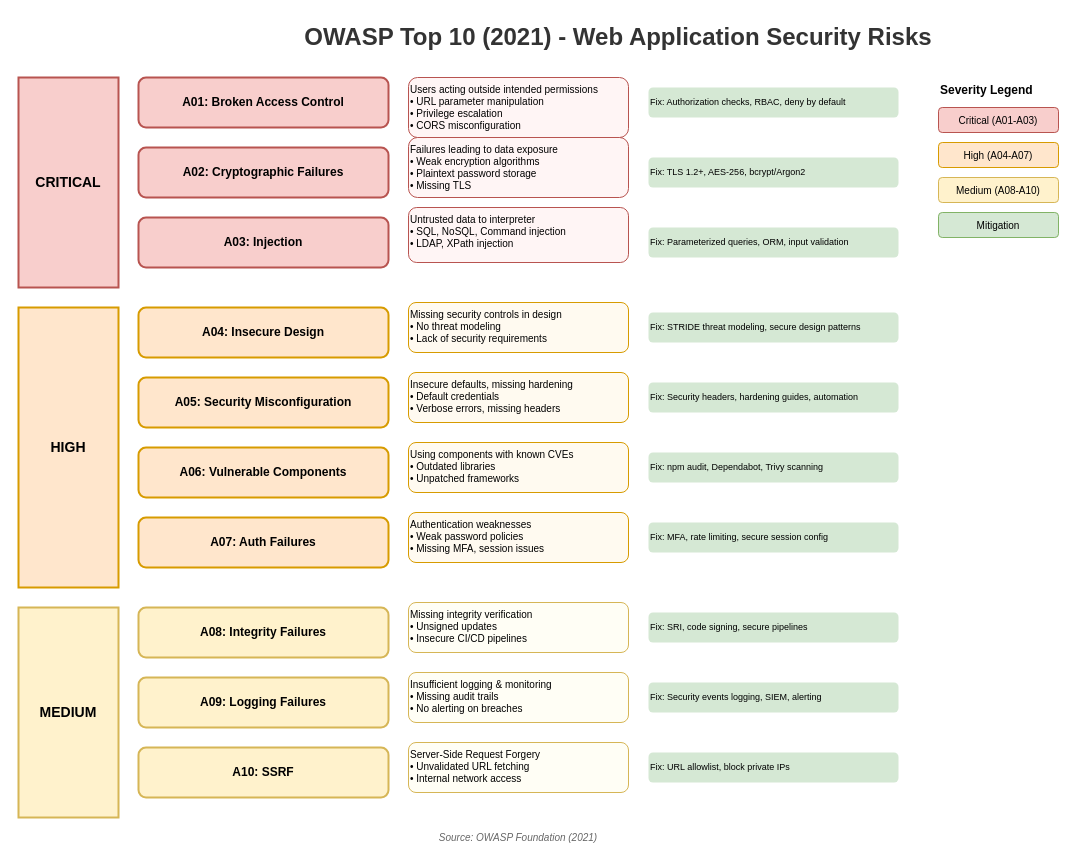
Above: lesson-06-security/diagrams/1.1-owasp-top-10.drawio in MrParkerZ7/document-lesson-software-architect-x-claude (draw.io), before the change. Source tidied: cells renumbered, new cells numbered last; positions are measured from the earlier drawing's top-left corner, leaving out a move shared by most shapes. Both pictures are drawn from the tidied source at 100%, with x=0, y=0 at pixel (18, 17).
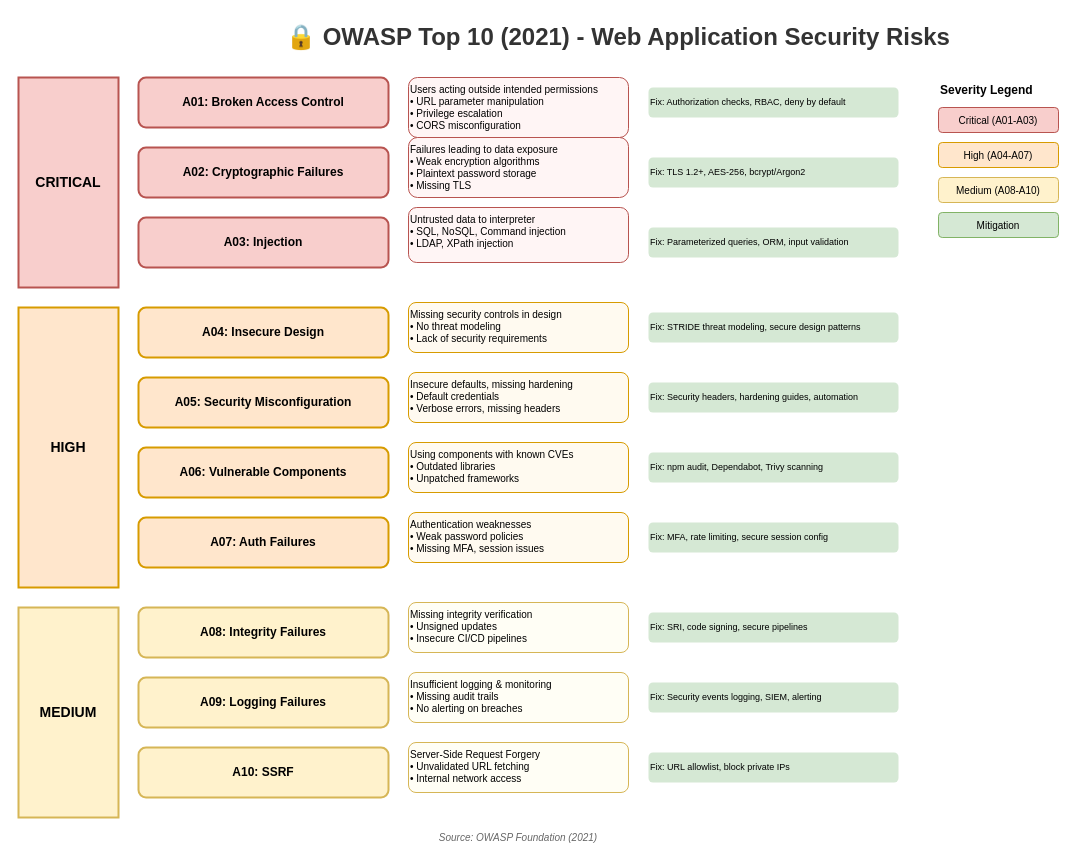
The same diagram, later.

Change to the diagram source:
```diff
@@
-    <mxCell id="2" value="OWASP Top 10 (2021) - Web Application Security Risks" style="text;html=1;strokeColor=none;fillColor=none;align=center;verticalAlign=middle;whiteSpace=wrap;rounded=0;fontSize=24;fontStyle=1;fontColor=#333333;" parent="1" vertex="1">
+    <mxCell id="2" value="🔒 OWASP Top 10 (2021) - Web Application Security Risks" style="text;html=1;strokeColor=none;fillColor=none;align=center;verticalAlign=middle;whiteSpace=wrap;rounded=0;fontSize=24;fontStyle=1;fontColor=#333333;" parent="1" vertex="1">
       <mxGeometry x="250" width="700" height="40" as="geometry" />
     </mxCell>
```
